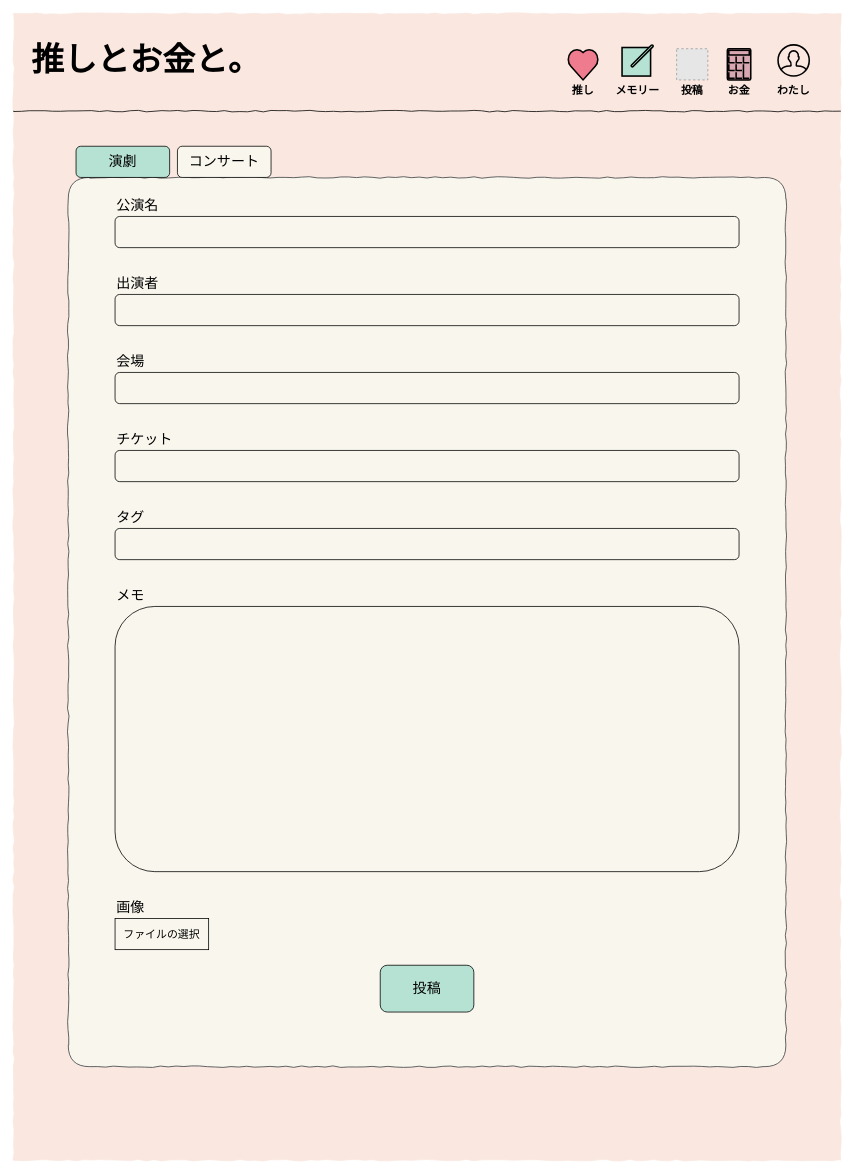
Above: page "投稿(演劇)" (4 of 8) of Untitled Diagram.drawio in yuko-miyamoto/Laravel_10 (draw.io), before the change. Source tidied: cells renumbered, new cells numbered last; positions are measured from the earlier drawing's top-left corner, leaving out a move shared by most shapes. Both pictures are drawn from the tidied source at 78%, with x=0, y=0 at pixel (13, 13). Pictures stored in the file or linked from it are replaced by grey dashed boxes.
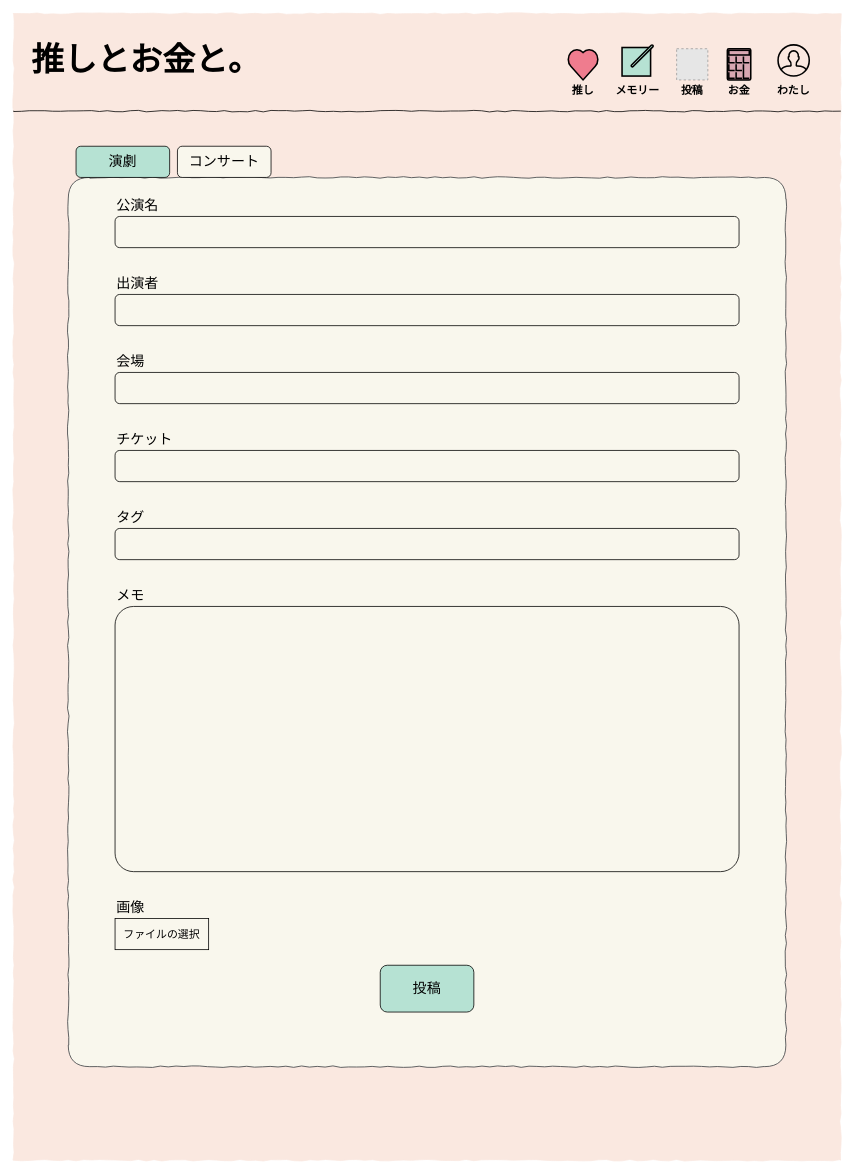
The same page after the edit.

The edit, as a diff of the source:
```diff
@@
-    <mxCell id="15" style="rounded=1;whiteSpace=wrap;html=1;shadow=0;glass=0;sketch=0;fontSize=18;fontColor=#000000;strokeColor=#000000;fillColor=#F9F7ED;align=center;verticalAlign=middle;" parent="1" vertex="1">
+    <mxCell id="15" style="rounded=1;whiteSpace=wrap;html=1;shadow=0;glass=0;sketch=0;fontSize=18;fontColor=#000000;strokeColor=#000000;fillColor=#F9F7ED;align=center;verticalAlign=middle;arcSize=7;" parent="1" vertex="1">
       <mxGeometry x="130" y="760" width="800" height="340" as="geometry" />
     </mxCell>
```
